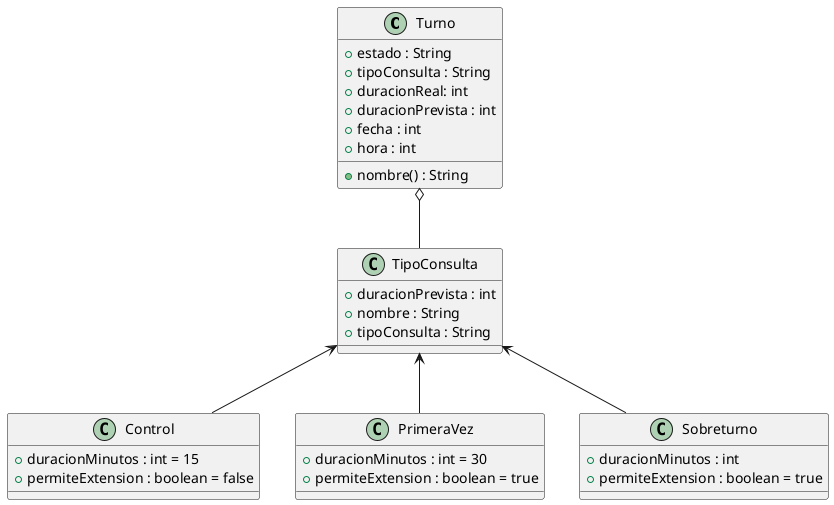
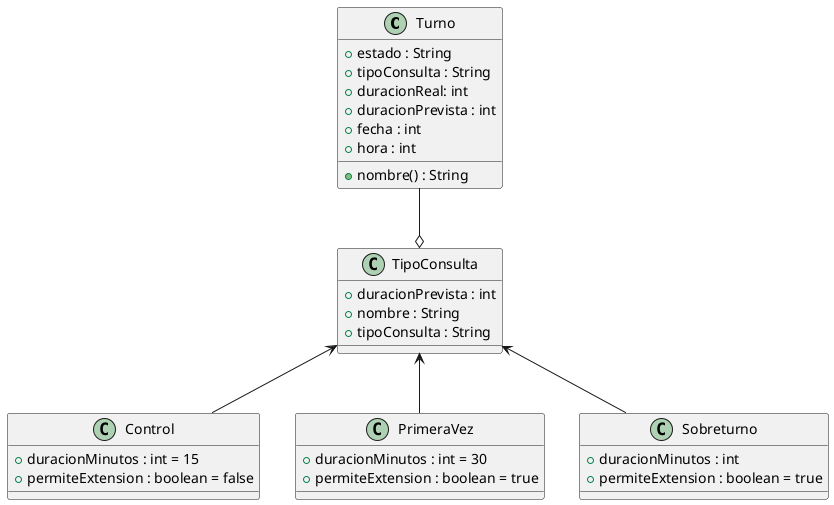
@startuml diagrama-ocp-turno
class Turno {
    +estado : String
    +tipoConsulta : String
    +duracionReal: int
    +duracionPrevista : int
    +fecha : int
    +hora : int
    +nombre() : String
}
class TipoConsulta {
    +duracionPrevista : int
    +nombre : String
    +tipoConsulta : String
}
class Control {
    +duracionMinutos : int = 15
    +permiteExtension : boolean = false
}
class PrimeraVez {
    +duracionMinutos : int = 30
    +permiteExtension : boolean = true
}
class Sobreturno{
    +duracionMinutos : int
    +permiteExtension : boolean = true
}
- Turno o-- TipoConsulta
+ Turno --o TipoConsulta
TipoConsulta <-- Control
TipoConsulta <-- PrimeraVez
TipoConsulta <-- Sobreturno

@enduml
